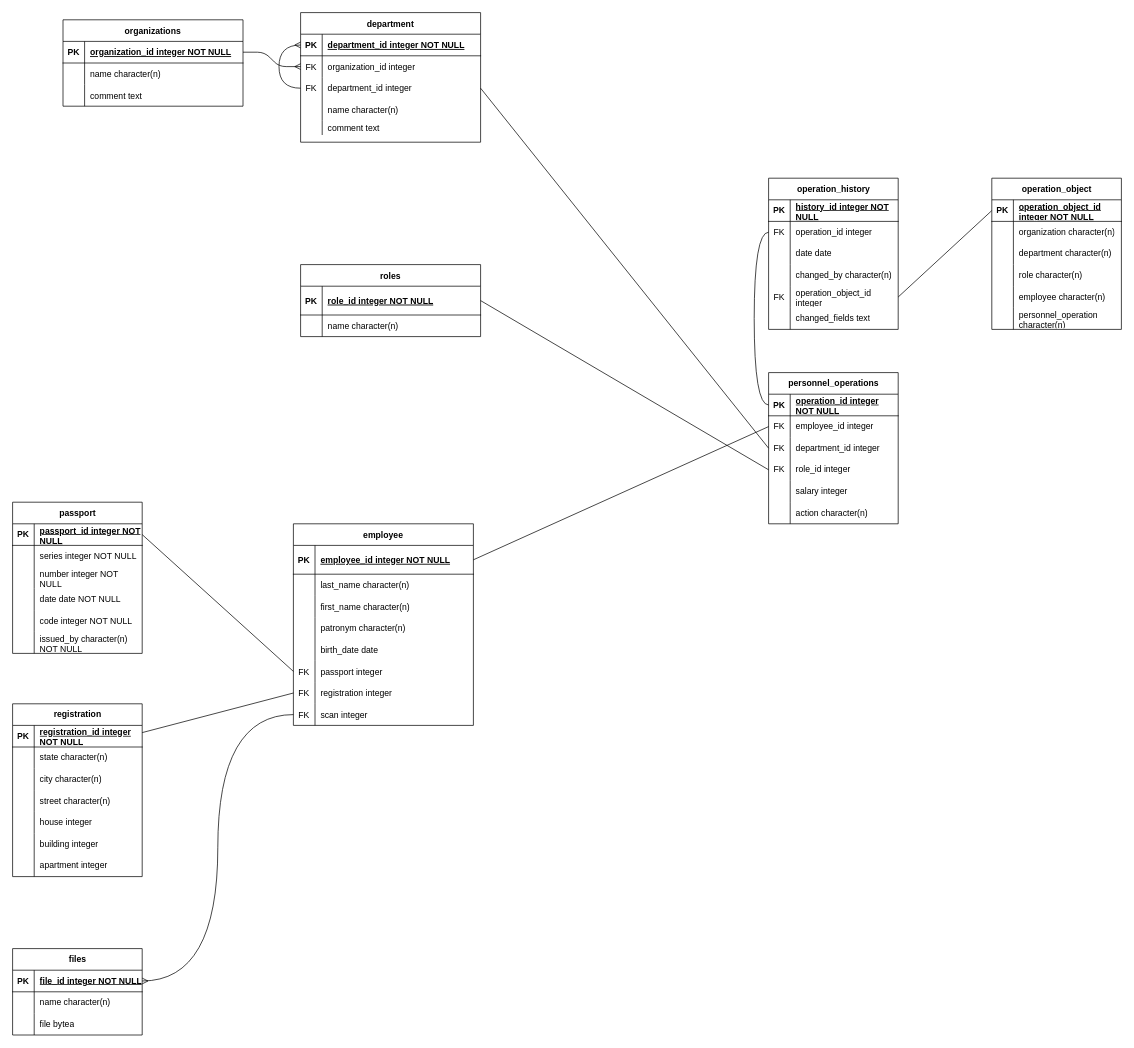
The draw.io diagram docs/ERD.drawio in oguni1/areal-hr_ext-test, before the edit. Source tidied: cells renumbered, new cells numbered last; positions are measured from the earlier drawing's top-left corner, leaving out a move shared by most shapes. Both pictures are drawn from the tidied source at 72%, with x=0, y=0 at pixel (12, 12).
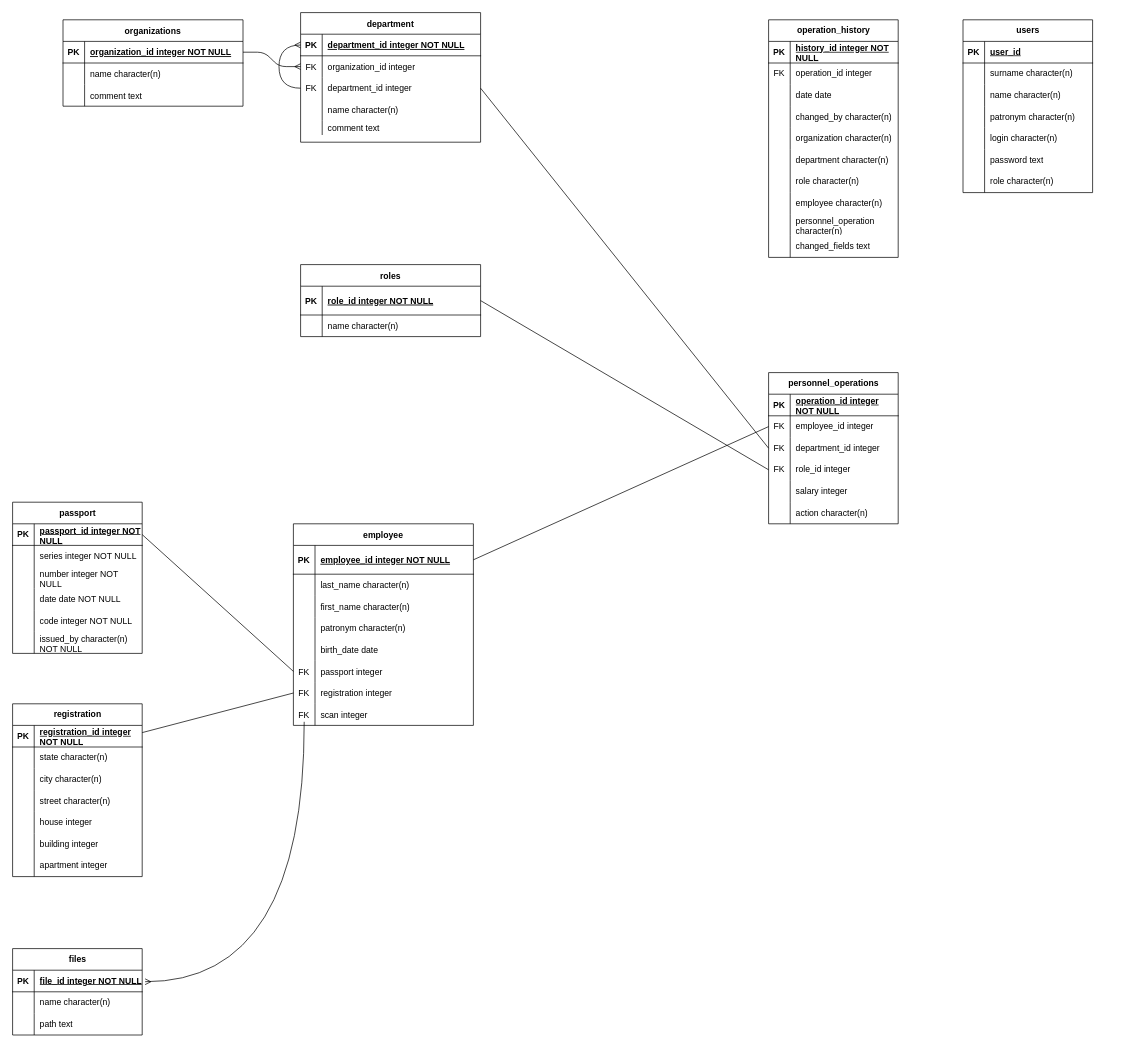
After the change.

The change refers to these unchanged cells:
```xml
<mxCell id="10" style="shape=partialRectangle;fillColor=none;points=[[0,0.5],[1,0.5]];portConstraint=eastwest;top=0;left=0;right=0;bottom=0;" parent="3" vertex="1">
  <mxGeometry y="90" width="250" height="30" as="geometry" />
</mxCell>
<mxCell id="20" value="roles" style="shape=table;startSize=30;childLayout=tableLayout;rowLines=0;fontStyle=1;align=center;" parent="1" vertex="1">
  <mxGeometry x="400" y="350" width="250" height="100" as="geometry" />
</mxCell>
<mxCell id="59" style="shape=partialRectangle;fillColor=none;points=[[0,0.5],[1,0.5]];portConstraint=eastwest;top=0;left=0;right=0;bottom=0;" parent="37" vertex="1">
  <mxGeometry y="250" width="250" height="30" as="geometry" />
</mxCell>
<mxCell id="107" style="shape=tableRow;horizontal=0;startSize=0;swimlaneHead=0;swimlaneBody=0;fillColor=none;points=[[0,0.5],[1,0.5]];portConstraint=eastwest;top=0;left=0;right=0;bottom=1;" parent="106" vertex="1">
  <mxGeometry y="30" width="180" height="30" as="geometry" />
</mxCell>
<mxCell id="113" style="shape=tableRow;horizontal=0;startSize=0;swimlaneHead=0;swimlaneBody=0;fillColor=none;top=0;left=0;right=0;bottom=0;" parent="106" vertex="1">
  <mxGeometry y="90" width="180" height="30" as="geometry" />
</mxCell>
<mxCell id="117" style="shape=tableRow;horizontal=0;startSize=0;swimlaneHead=0;swimlaneBody=0;fillColor=none;points=[[0,0.5],[1,0.5]];portConstraint=eastwest;top=0;left=0;right=0;bottom=1;" parent="116" vertex="1">
  <mxGeometry y="30" width="180" height="30" as="geometry" />
</mxCell>
<mxCell id="123" style="shape=tableRow;horizontal=0;startSize=0;swimlaneHead=0;swimlaneBody=0;fillColor=none;points=[[0,0.5],[1,0.5]];portConstraint=eastwest;top=0;left=0;right=0;bottom=0;" parent="116" vertex="1">
  <mxGeometry y="90" width="180" height="30" as="geometry" />
</mxCell>
<mxCell id="126" style="shape=tableRow;horizontal=0;startSize=0;swimlaneHead=0;swimlaneBody=0;fillColor=none;points=[[0,0.5],[1,0.5]];portConstraint=eastwest;top=0;left=0;right=0;bottom=0;" parent="116" vertex="1">
  <mxGeometry y="120" width="180" height="30" as="geometry" />
</mxCell>
<mxCell id="140" style="shape=tableRow;horizontal=0;startSize=0;swimlaneHead=0;swimlaneBody=0;fillColor=none;points=[[0,0.5],[1,0.5]];portConstraint=eastwest;top=0;left=0;right=0;bottom=0;" parent="136" vertex="1">
  <mxGeometry y="60" width="180" height="30" as="geometry" />
</mxCell>
<mxCell id="149" style="shape=tableRow;horizontal=0;startSize=0;swimlaneHead=0;swimlaneBody=0;fillColor=none;points=[[0,0.5],[1,0.5]];portConstraint=eastwest;top=0;left=0;right=0;bottom=0;" parent="136" vertex="1">
  <mxGeometry y="150" width="180" height="30" as="geometry" />
</mxCell>
<mxCell id="152" style="shape=tableRow;horizontal=0;startSize=0;swimlaneHead=0;swimlaneBody=0;fillColor=none;top=0;left=0;right=0;bottom=0;" parent="136" vertex="1">
  <mxGeometry y="180" width="180" height="30" as="geometry" />
</mxCell>
```

Diff of the diagram source:
```diff
@@
-    <mxCell id="105" style="endArrow=none;html=1;rounded=0;exitX=1;exitY=0.5;exitDx=0;exitDy=0;startArrow=ERmany;startFill=0;entryX=0;entryY=0.5;entryDx=0;entryDy=0;edgeStyle=orthogonalEdgeStyle;curved=1;" parent="1" edge="1" source="107" target="59">
-      <mxGeometry relative="1" as="geometry" />
+    <mxCell id="105" style="endArrow=none;html=1;rounded=0;exitX=1.05;exitY=0.367;exitDx=0;exitDy=0;startArrow=ERmany;startFill=0;entryX=0;entryY=0.5;entryDx=0;entryDy=0;edgeStyle=orthogonalEdgeStyle;curved=1;exitPerimeter=0;" parent="1" edge="1">
+      <mxGeometry relative="1" as="geometry">
+        <mxPoint x="184" y="1346" as="sourcePoint" />
+        <mxPoint x="405" y="985" as="targetPoint" />
+      </mxGeometry>
     </mxCell>
@@
-    <mxCell id="115" value="file bytea" style="shape=partialRectangle;fillColor=none;top=0;left=0;bottom=0;right=0;align=left;spacingLeft=6;overflow=hidden;whiteSpace=wrap;html=1;" parent="113" vertex="1">
+    <mxCell id="115" value="path text" style="shape=partialRectangle;fillColor=none;top=0;left=0;bottom=0;right=0;align=left;spacingLeft=6;overflow=hidden;whiteSpace=wrap;html=1;" parent="113" vertex="1">
       <mxGeometry x="30" width="150" height="30" as="geometry" />
     </mxCell>
@@
     <mxCell id="136" value="operation_history" style="shape=table;startSize=30;childLayout=tableLayout;rowLines=0;fontStyle=1;align=center;html=1;" parent="1" vertex="1">
-      <mxGeometry x="1050" y="230" width="180" height="210" as="geometry" />
+      <mxGeometry x="1050" y="10" width="180" height="330" as="geometry" />
     </mxCell>
@@
-    <mxCell id="150" value="FK" style="shape=partialRectangle;fillColor=none;top=0;left=0;bottom=0;right=0;overflow=hidden;whiteSpace=wrap;html=1;" parent="149" vertex="1">
+    <mxCell id="150" style="shape=partialRectangle;fillColor=none;top=0;left=0;bottom=0;right=0;overflow=hidden;whiteSpace=wrap;html=1;" parent="149" vertex="1">
       <mxGeometry width="30" height="30" as="geometry" />
     </mxCell>
-    <mxCell id="151" value="operation_object_id integer" style="shape=partialRectangle;fillColor=none;top=0;left=0;bottom=0;right=0;align=left;spacingLeft=6;overflow=hidden;whiteSpace=wrap;html=1;" parent="149" vertex="1">
+    <mxCell id="151" value="organization character(n)" style="shape=partialRectangle;fillColor=none;top=0;left=0;bottom=0;right=0;align=left;spacingLeft=6;overflow=hidden;whiteSpace=wrap;html=1;" parent="149" vertex="1">
       <mxGeometry x="30" width="150" height="30" as="geometry" />
     </mxCell>
@@
-    <mxCell id="154" value="changed_fields text" style="shape=partialRectangle;fillColor=none;top=0;left=0;bottom=0;right=0;align=left;spacingLeft=6;overflow=hidden;whiteSpace=wrap;html=1;" parent="152" vertex="1">
+    <mxCell id="154" value="department character(n)" style="shape=partialRectangle;fillColor=none;top=0;left=0;bottom=0;right=0;align=left;spacingLeft=6;overflow=hidden;whiteSpace=wrap;html=1;" parent="152" vertex="1">
       <mxGeometry x="30" width="150" height="30" as="geometry" />
     </mxCell>
-    <mxCell id="155" value="operation_object" style="shape=table;startSize=30;childLayout=tableLayout;rowLines=0;fontStyle=1;align=center;html=1;" parent="1" vertex="1">
-      <mxGeometry x="1360" y="230" width="180" height="210" as="geometry" />
-    </mxCell>
+    <mxCell id="178" style="shape=tableRow;horizontal=0;startSize=0;swimlaneHead=0;swimlaneBody=0;fillColor=none;top=0;left=0;right=0;bottom=0;" parent="136" vertex="1">
+      <mxGeometry y="210" width="180" height="30" as="geometry" />
+    </mxCell>
+    <mxCell id="179" style="shape=partialRectangle;fillColor=none;top=0;left=0;bottom=0;right=0;overflow=hidden;whiteSpace=wrap;html=1;" parent="178" vertex="1">
+      <mxGeometry width="30" height="30" as="geometry" />
+    </mxCell>
+    <mxCell id="180" value="role character(n)" style="shape=partialRectangle;fillColor=none;top=0;left=0;bottom=0;right=0;align=left;spacingLeft=6;overflow=hidden;whiteSpace=wrap;html=1;" parent="178" vertex="1">
+      <mxGeometry x="30" width="150" height="30" as="geometry" />
+    </mxCell>
+    <mxCell id="181" style="shape=tableRow;horizontal=0;startSize=0;swimlaneHead=0;swimlaneBody=0;fillColor=none;top=0;left=0;right=0;bottom=0;" parent="136" vertex="1">
+      <mxGeometry y="240" width="180" height="30" as="geometry" />
+    </mxCell>
+    <mxCell id="182" style="shape=partialRectangle;fillColor=none;top=0;left=0;bottom=0;right=0;overflow=hidden;whiteSpace=wrap;html=1;" parent="181" vertex="1">
+      <mxGeometry width="30" height="30" as="geometry" />
+    </mxCell>
+    <mxCell id="170" value="employee character(n)" style="shape=partialRectangle;fillColor=none;top=0;left=0;bottom=0;right=0;align=left;spacingLeft=6;overflow=hidden;whiteSpace=wrap;html=1;" parent="181" vertex="1">
+      <mxGeometry x="30" width="150" height="30" as="geometry" />
+    </mxCell>
+    <mxCell id="183" style="shape=tableRow;horizontal=0;startSize=0;swimlaneHead=0;swimlaneBody=0;fillColor=none;top=0;left=0;right=0;bottom=0;" parent="136" vertex="1">
+      <mxGeometry y="270" width="180" height="30" as="geometry" />
+    </mxCell>
+    <mxCell id="184" style="shape=partialRectangle;fillColor=none;top=0;left=0;bottom=0;right=0;overflow=hidden;whiteSpace=wrap;html=1;" parent="183" vertex="1">
+      <mxGeometry width="30" height="30" as="geometry" />
+    </mxCell>
+    <mxCell id="173" value="personnel_operation character(n)" style="shape=partialRectangle;fillColor=none;top=0;left=0;bottom=0;right=0;align=left;spacingLeft=6;overflow=hidden;whiteSpace=wrap;html=1;" parent="183" vertex="1">
+      <mxGeometry x="30" width="150" height="30" as="geometry" />
+    </mxCell>
+    <mxCell id="185" style="shape=tableRow;horizontal=0;startSize=0;swimlaneHead=0;swimlaneBody=0;fillColor=none;top=0;left=0;right=0;bottom=0;" parent="136" vertex="1">
+      <mxGeometry y="300" width="180" height="30" as="geometry" />
+    </mxCell>
+    <mxCell id="186" style="shape=partialRectangle;fillColor=none;top=0;left=0;bottom=0;right=0;overflow=hidden;whiteSpace=wrap;html=1;" parent="185" vertex="1">
+      <mxGeometry width="30" height="30" as="geometry" />
+    </mxCell>
+    <mxCell id="187" value="changed_fields text" style="shape=partialRectangle;fillColor=none;top=0;left=0;bottom=0;right=0;align=left;spacingLeft=6;overflow=hidden;whiteSpace=wrap;html=1;" parent="185" vertex="1">
+      <mxGeometry x="30" width="150" height="30" as="geometry" />
+    </mxCell>
+    <mxCell id="176" style="endArrow=none;html=1;rounded=0;exitX=1;exitY=0.5;exitDx=0;exitDy=0;entryX=0;entryY=0.5;entryDx=0;entryDy=0;" parent="1" edge="1" source="10" target="123">
+      <mxGeometry relative="1" as="geometry" />
+    </mxCell>
+    <mxCell id="177" style="endArrow=none;html=1;rounded=0;exitX=1;exitY=0.5;exitDx=0;exitDy=0;entryX=0;entryY=0.5;entryDx=0;entryDy=0;" parent="1" edge="1" source="20" target="126">
+      <mxGeometry relative="1" as="geometry" />
+    </mxCell>
+    <mxCell id="188" value="users" style="shape=table;startSize=30;childLayout=tableLayout;rowLines=0;fontStyle=1;align=center;html=1;" parent="1" vertex="1">
+      <mxGeometry x="1320" y="10" width="180" height="240" as="geometry" />
+    </mxCell>
-    <mxCell id="156" style="shape=tableRow;horizontal=0;startSize=0;swimlaneHead=0;swimlaneBody=0;fillColor=none;points=[[0,0.5],[1,0.5]];portConstraint=eastwest;top=0;left=0;right=0;bottom=1;" parent="155" vertex="1">
+    <mxCell id="156" style="shape=tableRow;horizontal=0;startSize=0;swimlaneHead=0;swimlaneBody=0;fillColor=none;points=[[0,0.5],[1,0.5]];portConstraint=eastwest;top=0;left=0;right=0;bottom=1;" parent="188" vertex="1">
       <mxGeometry y="30" width="180" height="30" as="geometry" />
     </mxCell>
@@
-    <mxCell id="158" value="operation_object_id  integer NOT NULL" style="shape=partialRectangle;fillColor=none;top=0;left=0;bottom=0;right=0;align=left;spacingLeft=6;fontStyle=5;overflow=hidden;whiteSpace=wrap;html=1;" parent="156" vertex="1">
-      <mxGeometry x="30" width="150" height="30" as="geometry" />
-    </mxCell>
+    <mxCell id="189" value="user_id" style="shape=partialRectangle;fillColor=none;top=0;left=0;bottom=0;right=0;align=left;spacingLeft=6;fontStyle=5;overflow=hidden;whiteSpace=wrap;html=1;" parent="156" vertex="1">
+      <mxGeometry x="30" width="150" height="30" as="geometry" />
+    </mxCell>
-    <mxCell id="159" style="shape=tableRow;horizontal=0;startSize=0;swimlaneHead=0;swimlaneBody=0;fillColor=none;top=0;left=0;right=0;bottom=0;" parent="155" vertex="1">
+    <mxCell id="159" style="shape=tableRow;horizontal=0;startSize=0;swimlaneHead=0;swimlaneBody=0;fillColor=none;top=0;left=0;right=0;bottom=0;" parent="188" vertex="1">
       <mxGeometry y="60" width="180" height="30" as="geometry" />
     </mxCell>
-    <mxCell id="160" style="shape=partialRectangle;fillColor=none;top=0;left=0;bottom=0;right=0;overflow=hidden;whiteSpace=wrap;html=1;" parent="159" vertex="1">
-      <mxGeometry width="30" height="30" as="geometry" />
-    </mxCell>
-    <mxCell id="161" value="organization character(n)" style="shape=partialRectangle;fillColor=none;top=0;left=0;bottom=0;right=0;align=left;spacingLeft=6;overflow=hidden;whiteSpace=wrap;html=1;" parent="159" vertex="1">
-      <mxGeometry x="30" width="150" height="30" as="geometry" />
-    </mxCell>
+    <mxCell id="190" style="shape=partialRectangle;fillColor=none;top=0;left=0;bottom=0;right=0;overflow=hidden;whiteSpace=wrap;html=1;" parent="159" vertex="1">
+      <mxGeometry width="30" height="30" as="geometry" />
+    </mxCell>
+    <mxCell id="191" value="surname character(n)" style="shape=partialRectangle;fillColor=none;top=0;left=0;bottom=0;right=0;align=left;spacingLeft=6;overflow=hidden;whiteSpace=wrap;html=1;" parent="159" vertex="1">
+      <mxGeometry x="30" width="150" height="30" as="geometry" />
+    </mxCell>
-    <mxCell id="162" style="shape=tableRow;horizontal=0;startSize=0;swimlaneHead=0;swimlaneBody=0;fillColor=none;top=0;left=0;right=0;bottom=0;" parent="155" vertex="1">
+    <mxCell id="162" style="shape=tableRow;horizontal=0;startSize=0;swimlaneHead=0;swimlaneBody=0;fillColor=none;top=0;left=0;right=0;bottom=0;" parent="188" vertex="1">
       <mxGeometry y="90" width="180" height="30" as="geometry" />
     </mxCell>
-    <mxCell id="163" style="shape=partialRectangle;fillColor=none;top=0;left=0;bottom=0;right=0;overflow=hidden;whiteSpace=wrap;html=1;" parent="162" vertex="1">
-      <mxGeometry width="30" height="30" as="geometry" />
-    </mxCell>
-    <mxCell id="164" value="department character(n)" style="shape=partialRectangle;fillColor=none;top=0;left=0;bottom=0;right=0;align=left;spacingLeft=6;overflow=hidden;whiteSpace=wrap;html=1;" parent="162" vertex="1">
-      <mxGeometry x="30" width="150" height="30" as="geometry" />
-    </mxCell>
+    <mxCell id="192" style="shape=partialRectangle;fillColor=none;top=0;left=0;bottom=0;right=0;overflow=hidden;whiteSpace=wrap;html=1;" parent="162" vertex="1">
+      <mxGeometry width="30" height="30" as="geometry" />
+    </mxCell>
+    <mxCell id="193" value="&lt;div&gt;name character(n)&lt;/div&gt;" style="shape=partialRectangle;fillColor=none;top=0;left=0;bottom=0;right=0;align=left;spacingLeft=6;overflow=hidden;whiteSpace=wrap;html=1;" parent="162" vertex="1">
+      <mxGeometry x="30" width="150" height="30" as="geometry" />
+    </mxCell>
-    <mxCell id="165" style="shape=tableRow;horizontal=0;startSize=0;swimlaneHead=0;swimlaneBody=0;fillColor=none;top=0;left=0;right=0;bottom=0;" parent="155" vertex="1">
+    <mxCell id="165" style="shape=tableRow;horizontal=0;startSize=0;swimlaneHead=0;swimlaneBody=0;fillColor=none;top=0;left=0;right=0;bottom=0;" parent="188" vertex="1">
       <mxGeometry y="120" width="180" height="30" as="geometry" />
     </mxCell>
-    <mxCell id="166" style="shape=partialRectangle;fillColor=none;top=0;left=0;bottom=0;right=0;overflow=hidden;whiteSpace=wrap;html=1;" parent="165" vertex="1">
-      <mxGeometry width="30" height="30" as="geometry" />
-    </mxCell>
-    <mxCell id="167" value="role character(n)" style="shape=partialRectangle;fillColor=none;top=0;left=0;bottom=0;right=0;align=left;spacingLeft=6;overflow=hidden;whiteSpace=wrap;html=1;" parent="165" vertex="1">
-      <mxGeometry x="30" width="150" height="30" as="geometry" />
-    </mxCell>
+    <mxCell id="194" style="shape=partialRectangle;fillColor=none;top=0;left=0;bottom=0;right=0;overflow=hidden;whiteSpace=wrap;html=1;" parent="165" vertex="1">
+      <mxGeometry width="30" height="30" as="geometry" />
+    </mxCell>
+    <mxCell id="195" value="patronym character(n)" style="shape=partialRectangle;fillColor=none;top=0;left=0;bottom=0;right=0;align=left;spacingLeft=6;overflow=hidden;whiteSpace=wrap;html=1;" parent="165" vertex="1">
+      <mxGeometry x="30" width="150" height="30" as="geometry" />
+    </mxCell>
-    <mxCell id="168" style="shape=tableRow;horizontal=0;startSize=0;swimlaneHead=0;swimlaneBody=0;fillColor=none;top=0;left=0;right=0;bottom=0;" parent="155" vertex="1">
+    <mxCell id="168" style="shape=tableRow;horizontal=0;startSize=0;swimlaneHead=0;swimlaneBody=0;fillColor=none;top=0;left=0;right=0;bottom=0;" parent="188" vertex="1">
       <mxGeometry y="150" width="180" height="30" as="geometry" />
     </mxCell>
-    <mxCell id="169" style="shape=partialRectangle;fillColor=none;top=0;left=0;bottom=0;right=0;overflow=hidden;whiteSpace=wrap;html=1;" parent="168" vertex="1">
-      <mxGeometry width="30" height="30" as="geometry" />
-    </mxCell>
-    <mxCell id="170" value="employee character(n)" style="shape=partialRectangle;fillColor=none;top=0;left=0;bottom=0;right=0;align=left;spacingLeft=6;overflow=hidden;whiteSpace=wrap;html=1;" parent="168" vertex="1">
-      <mxGeometry x="30" width="150" height="30" as="geometry" />
-    </mxCell>
+    <mxCell id="196" style="shape=partialRectangle;fillColor=none;top=0;left=0;bottom=0;right=0;overflow=hidden;whiteSpace=wrap;html=1;" parent="168" vertex="1">
+      <mxGeometry width="30" height="30" as="geometry" />
+    </mxCell>
+    <mxCell id="197" value="login character(n)" style="shape=partialRectangle;fillColor=none;top=0;left=0;bottom=0;right=0;align=left;spacingLeft=6;overflow=hidden;whiteSpace=wrap;html=1;" parent="168" vertex="1">
+      <mxGeometry x="30" width="150" height="30" as="geometry" />
+    </mxCell>
-    <mxCell id="171" style="shape=tableRow;horizontal=0;startSize=0;swimlaneHead=0;swimlaneBody=0;fillColor=none;top=0;left=0;right=0;bottom=0;" parent="155" vertex="1">
+    <mxCell id="171" style="shape=tableRow;horizontal=0;startSize=0;swimlaneHead=0;swimlaneBody=0;fillColor=none;top=0;left=0;right=0;bottom=0;" parent="188" vertex="1">
       <mxGeometry y="180" width="180" height="30" as="geometry" />
     </mxCell>
-    <mxCell id="172" style="shape=partialRectangle;fillColor=none;top=0;left=0;bottom=0;right=0;overflow=hidden;whiteSpace=wrap;html=1;" parent="171" vertex="1">
-      <mxGeometry width="30" height="30" as="geometry" />
-    </mxCell>
-    <mxCell id="173" value="personnel_operation character(n)" style="shape=partialRectangle;fillColor=none;top=0;left=0;bottom=0;right=0;align=left;spacingLeft=6;overflow=hidden;whiteSpace=wrap;html=1;" parent="171" vertex="1">
-      <mxGeometry x="30" width="150" height="30" as="geometry" />
-    </mxCell>
-    <mxCell id="174" style="endArrow=none;html=1;rounded=0;entryX=0;entryY=0.5;entryDx=0;entryDy=0;exitX=1;exitY=0.5;exitDx=0;exitDy=0;" parent="1" edge="1" source="149" target="156">
-      <mxGeometry relative="1" as="geometry" />
-    </mxCell>
-    <mxCell id="175" style="endArrow=none;html=1;rounded=0;exitX=0;exitY=0.5;exitDx=0;exitDy=0;entryX=0;entryY=0.5;entryDx=0;entryDy=0;edgeStyle=orthogonalEdgeStyle;curved=1;" parent="1" edge="1" source="117" target="140">
-      <mxGeometry relative="1" as="geometry">
-        <Array as="points">
-          <mxPoint x="1030" y="545" />
-          <mxPoint x="1030" y="305" />
-        </Array>
-      </mxGeometry>
-    </mxCell>
-    <mxCell id="176" style="endArrow=none;html=1;rounded=0;exitX=1;exitY=0.5;exitDx=0;exitDy=0;entryX=0;entryY=0.5;entryDx=0;entryDy=0;" parent="1" edge="1" source="10" target="123">
-      <mxGeometry relative="1" as="geometry" />
-    </mxCell>
-    <mxCell id="177" style="endArrow=none;html=1;rounded=0;exitX=1;exitY=0.5;exitDx=0;exitDy=0;entryX=0;entryY=0.5;entryDx=0;entryDy=0;" parent="1" edge="1" source="20" target="126">
-      <mxGeometry relative="1" as="geometry" />
-    </mxCell>
+    <mxCell id="198" style="shape=partialRectangle;fillColor=none;top=0;left=0;bottom=0;right=0;overflow=hidden;whiteSpace=wrap;html=1;" parent="171" vertex="1">
+      <mxGeometry width="30" height="30" as="geometry" />
+    </mxCell>
+    <mxCell id="199" value="password text" style="shape=partialRectangle;fillColor=none;top=0;left=0;bottom=0;right=0;align=left;spacingLeft=6;overflow=hidden;whiteSpace=wrap;html=1;" parent="171" vertex="1">
+      <mxGeometry x="30" width="150" height="30" as="geometry" />
+    </mxCell>
+    <mxCell id="200" style="shape=tableRow;horizontal=0;startSize=0;swimlaneHead=0;swimlaneBody=0;fillColor=none;top=0;left=0;right=0;bottom=0;" parent="188" vertex="1">
+      <mxGeometry y="210" width="180" height="30" as="geometry" />
+    </mxCell>
+    <mxCell id="201" style="shape=partialRectangle;fillColor=none;top=0;left=0;bottom=0;right=0;overflow=hidden;whiteSpace=wrap;html=1;" parent="200" vertex="1">
+      <mxGeometry width="30" height="30" as="geometry" />
+    </mxCell>
+    <mxCell id="202" value="role character(n)" style="shape=partialRectangle;fillColor=none;top=0;left=0;bottom=0;right=0;align=left;spacingLeft=6;overflow=hidden;whiteSpace=wrap;html=1;" parent="200" vertex="1">
+      <mxGeometry x="30" width="150" height="30" as="geometry" />
+    </mxCell>
```
